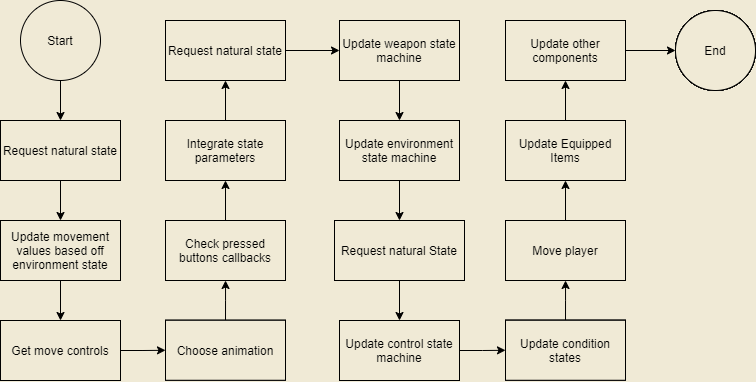
Before: assets/images/player_state_update_high_level.png, a diagram exported from draw.io (PhoenixAran/PhoenixAran.github.io). Source tidied: cells renumbered, new cells last; positions are measured from the earlier drawing's top-left corner, leaving out a move shared by most shapes.
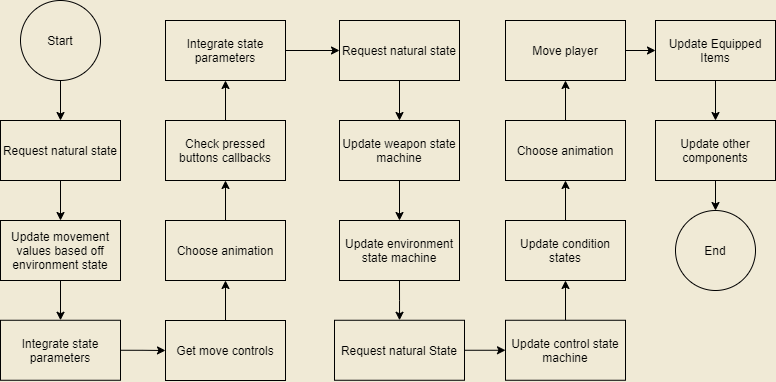
After the commit.

What changed in the source:
```diff
@@ -2,239 +2,121 @@
   <root>
     <mxCell id="0" />
     <mxCell id="1" parent="0" />
+    <mxCell id="3" style="edgeStyle=orthogonalEdgeStyle;rounded=0;jettySize=auto;html=1;exitX=0.5;exitY=1;exitDx=0;exitDy=0;entryX=0.5;entryY=0;entryDx=0;entryDy=0;" parent="1" edge="1" source="2" target="5">
+      <mxGeometry relative="1" as="geometry" />
+    </mxCell>
     <mxCell id="2" value="Start" style="ellipse;whiteSpace=wrap;html=1;fillColor=#F0EAD6;" parent="1" vertex="1">
       <mxGeometry x="20" width="80" height="80" as="geometry" />
     </mxCell>
-    <mxCell id="3" style="endArrow=classic;html=1;exitX=0.5;exitY=1;exitDx=0;exitDy=0;entryX=0.5;entryY=0;entryDx=0;entryDy=0;" parent="1" edge="1" source="2" target="5">
-      <mxGeometry relative="1" as="geometry" />
-    </mxCell>
-    <mxCell id="4" style="edgeStyle=orthogonalEdgeStyle;rounded=0;jettySize=auto;html=1;exitX=0.5;exitY=1;exitDx=0;exitDy=0;entryX=0.5;entryY=0;entryDx=0;entryDy=0;" parent="1" edge="1" source="5" target="9">
-      <mxGeometry relative="1" as="geometry" />
-    </mxCell>
+    <mxCell id="80" style="edgeStyle=orthogonalEdgeStyle;rounded=0;jettySize=auto;html=1;exitX=0.5;exitY=1;exitDx=0;exitDy=0;entryX=0.5;entryY=0;entryDx=0;entryDy=0;" parent="1" edge="1" source="5" target="63">
+      <mxGeometry relative="1" as="geometry" />
+    </mxCell>
     <mxCell id="5" value="Request natural state" style="rounded=0;whiteSpace=wrap;html=1;fillColor=#F0EAD6;" parent="1" vertex="1">
       <mxGeometry y="120" width="120" height="60" as="geometry" />
     </mxCell>
-    <mxCell id="6" style="edgeStyle=orthogonalEdgeStyle;rounded=0;jettySize=auto;html=1;exitX=1;exitY=0.5;exitDx=0;exitDy=0;" parent="1" edge="1" source="7" target="11">
-      <mxGeometry relative="1" as="geometry" />
-    </mxCell>
-    <mxCell id="7" value="Get move controls" style="rounded=0;whiteSpace=wrap;html=1;" parent="1" vertex="1">
-      <mxGeometry y="320" width="120" height="60" as="geometry" />
-    </mxCell>
-    <mxCell id="8" style="edgeStyle=orthogonalEdgeStyle;rounded=0;jettySize=auto;html=1;exitX=0.5;exitY=1;exitDx=0;exitDy=0;" parent="1" edge="1" source="9" target="7">
-      <mxGeometry relative="1" as="geometry" />
-    </mxCell>
     <mxCell id="9" value="Update movement values based off environment state" style="rounded=0;whiteSpace=wrap;html=1;" parent="1" vertex="1">
       <mxGeometry y="220" width="120" height="60" as="geometry" />
     </mxCell>
-    <mxCell id="10" style="edgeStyle=orthogonalEdgeStyle;rounded=0;jettySize=auto;html=1;exitX=0.5;exitY=0;exitDx=0;exitDy=0;" parent="1" edge="1" source="11" target="13">
-      <mxGeometry relative="1" as="geometry" />
-    </mxCell>
-    <mxCell id="11" value="Choose animation" style="rounded=0;whiteSpace=wrap;html=1;" parent="1" vertex="1">
-      <mxGeometry x="165" y="319.8" width="120" height="60" as="geometry" />
-    </mxCell>
-    <mxCell id="12" style="edgeStyle=orthogonalEdgeStyle;rounded=0;jettySize=auto;html=1;exitX=0.5;exitY=0;exitDx=0;exitDy=0;" parent="1" edge="1" source="13" target="15">
-      <mxGeometry relative="1" as="geometry" />
-    </mxCell>
-    <mxCell id="13" value="Check pressed buttons callbacks" style="rounded=0;whiteSpace=wrap;html=1;" parent="1" vertex="1">
-      <mxGeometry x="165" y="220" width="120" height="60" as="geometry" />
-    </mxCell>
-    <mxCell id="14" style="edgeStyle=orthogonalEdgeStyle;rounded=0;jettySize=auto;html=1;exitX=0.5;exitY=0;exitDx=0;exitDy=0;" parent="1" edge="1" source="15" target="17">
-      <mxGeometry relative="1" as="geometry" />
-    </mxCell>
-    <mxCell id="15" value="Integrate state parameters" style="rounded=0;whiteSpace=wrap;html=1;" parent="1" vertex="1">
-      <mxGeometry x="165" y="120" width="120" height="60" as="geometry" />
-    </mxCell>
-    <mxCell id="16" style="edgeStyle=orthogonalEdgeStyle;rounded=0;jettySize=auto;html=1;exitX=1;exitY=0.5;exitDx=0;exitDy=0;" parent="1" edge="1" source="17" target="19">
-      <mxGeometry relative="1" as="geometry" />
-    </mxCell>
-    <mxCell id="17" value="Request natural state" style="rounded=0;whiteSpace=wrap;html=1;" parent="1" vertex="1">
-      <mxGeometry x="165" y="20" width="120" height="60" as="geometry" />
-    </mxCell>
-    <mxCell id="18" style="edgeStyle=orthogonalEdgeStyle;rounded=0;jettySize=auto;html=1;exitX=0.5;exitY=1;exitDx=0;exitDy=0;" parent="1" edge="1" source="19" target="21">
-      <mxGeometry relative="1" as="geometry" />
-    </mxCell>
-    <mxCell id="19" value="Update weapon state machine" style="rounded=0;whiteSpace=wrap;html=1;" parent="1" vertex="1">
-      <mxGeometry x="339" y="20" width="120" height="60" as="geometry" />
-    </mxCell>
-    <mxCell id="20" style="edgeStyle=orthogonalEdgeStyle;rounded=0;jettySize=auto;html=1;exitX=0.5;exitY=1;exitDx=0;exitDy=0;" parent="1" edge="1" source="21" target="23">
-      <mxGeometry relative="1" as="geometry" />
-    </mxCell>
-    <mxCell id="21" value="Update environment state machine" style="rounded=0;whiteSpace=wrap;html=1;" parent="1" vertex="1">
-      <mxGeometry x="339" y="120" width="120" height="60" as="geometry" />
-    </mxCell>
-    <mxCell id="22" style="edgeStyle=orthogonalEdgeStyle;rounded=0;jettySize=auto;html=1;exitX=0.5;exitY=1;exitDx=0;exitDy=0;" parent="1" edge="1" source="23" target="25">
-      <mxGeometry relative="1" as="geometry" />
-    </mxCell>
-    <mxCell id="23" value="Request natural State" style="rounded=0;whiteSpace=wrap;html=1;" parent="1" vertex="1">
-      <mxGeometry x="334" y="220" width="130" height="60" as="geometry" />
-    </mxCell>
-    <mxCell id="24" style="edgeStyle=orthogonalEdgeStyle;rounded=0;jettySize=auto;html=1;exitX=1;exitY=0.5;exitDx=0;exitDy=0;" parent="1" edge="1" source="25" target="27">
-      <mxGeometry relative="1" as="geometry" />
-    </mxCell>
-    <mxCell id="25" value="Update control state machine" style="rounded=0;whiteSpace=wrap;html=1;" parent="1" vertex="1">
-      <mxGeometry x="339" y="320" width="120" height="60" as="geometry" />
-    </mxCell>
-    <mxCell id="26" style="edgeStyle=orthogonalEdgeStyle;rounded=0;jettySize=auto;html=1;exitX=0.5;exitY=0;exitDx=0;exitDy=0;" parent="1" edge="1" source="27" target="29">
-      <mxGeometry relative="1" as="geometry" />
-    </mxCell>
-    <mxCell id="27" value="Update condition states" style="rounded=0;whiteSpace=wrap;html=1;" parent="1" vertex="1">
-      <mxGeometry x="505" y="319.8" width="120" height="60" as="geometry" />
-    </mxCell>
-    <mxCell id="28" style="edgeStyle=orthogonalEdgeStyle;rounded=0;jettySize=auto;html=1;exitX=0.5;exitY=0;exitDx=0;exitDy=0;" parent="1" edge="1" source="29" target="31">
-      <mxGeometry relative="1" as="geometry" />
-    </mxCell>
-    <mxCell id="29" value="Move player" style="rounded=0;whiteSpace=wrap;html=1;" parent="1" vertex="1">
-      <mxGeometry x="505" y="220" width="120" height="60" as="geometry" />
-    </mxCell>
-    <mxCell id="30" style="edgeStyle=orthogonalEdgeStyle;rounded=0;jettySize=auto;html=1;exitX=0.5;exitY=0;exitDx=0;exitDy=0;" parent="1" edge="1" source="31" target="33">
-      <mxGeometry relative="1" as="geometry" />
-    </mxCell>
-    <mxCell id="31" value="Update Equipped Items" style="rounded=0;whiteSpace=wrap;html=1;" parent="1" vertex="1">
-      <mxGeometry x="505" y="120" width="120" height="60" as="geometry" />
-    </mxCell>
-    <mxCell id="32" style="edgeStyle=orthogonalEdgeStyle;rounded=0;jettySize=auto;html=1;exitX=1;exitY=0.5;exitDx=0;exitDy=0;" parent="1" edge="1" source="33" target="34">
-      <mxGeometry relative="1" as="geometry" />
-    </mxCell>
-    <mxCell id="33" value="Update other components" style="rounded=0;whiteSpace=wrap;html=1;" parent="1" vertex="1">
-      <mxGeometry x="505" y="20" width="120" height="60" as="geometry" />
-    </mxCell>
-    <mxCell id="34" value="End" style="ellipse;whiteSpace=wrap;html=1;" parent="1" vertex="1">
-      <mxGeometry x="675" y="10" width="80" height="80" as="geometry" />
-    </mxCell>
-    <mxCell id="35" value="Move player" style="rounded=0;whiteSpace=wrap;html=1;" parent="1" vertex="1">
-      <mxGeometry x="505" y="220" width="120" height="60" as="geometry" />
-    </mxCell>
-    <mxCell id="36" value="Update other components" style="rounded=0;whiteSpace=wrap;html=1;" parent="1" vertex="1">
-      <mxGeometry x="505" y="20" width="120" height="60" as="geometry" />
-    </mxCell>
-    <mxCell id="37" value="End" style="ellipse;whiteSpace=wrap;html=1;" parent="1" vertex="1">
-      <mxGeometry x="675" y="10" width="80" height="80" as="geometry" />
-    </mxCell>
-    <mxCell id="38" value="Update Equipped Items" style="rounded=0;whiteSpace=wrap;html=1;" parent="1" vertex="1">
-      <mxGeometry x="505" y="120" width="120" height="60" as="geometry" />
-    </mxCell>
-    <mxCell id="39" value="Move player" style="rounded=0;whiteSpace=wrap;html=1;" parent="1" vertex="1">
-      <mxGeometry x="505" y="220" width="120" height="60" as="geometry" />
-    </mxCell>
-    <mxCell id="40" value="Update other components" style="rounded=0;whiteSpace=wrap;html=1;" parent="1" vertex="1">
-      <mxGeometry x="505" y="20" width="120" height="60" as="geometry" />
-    </mxCell>
-    <mxCell id="41" value="End" style="ellipse;whiteSpace=wrap;html=1;" parent="1" vertex="1">
-      <mxGeometry x="675" y="10" width="80" height="80" as="geometry" />
-    </mxCell>
-    <mxCell id="42" value="Update Equipped Items" style="rounded=0;whiteSpace=wrap;html=1;" parent="1" vertex="1">
-      <mxGeometry x="505" y="120" width="120" height="60" as="geometry" />
-    </mxCell>
-    <mxCell id="43" value="Move player" style="rounded=0;whiteSpace=wrap;html=1;" parent="1" vertex="1">
-      <mxGeometry x="505" y="220" width="120" height="60" as="geometry" />
-    </mxCell>
-    <mxCell id="44" value="Update other components" style="rounded=0;whiteSpace=wrap;html=1;" parent="1" vertex="1">
-      <mxGeometry x="505" y="20" width="120" height="60" as="geometry" />
-    </mxCell>
-    <mxCell id="45" value="End" style="ellipse;whiteSpace=wrap;html=1;" parent="1" vertex="1">
-      <mxGeometry x="675" y="10" width="80" height="80" as="geometry" />
-    </mxCell>
-    <mxCell id="46" value="Update Equipped Items" style="rounded=0;whiteSpace=wrap;html=1;" parent="1" vertex="1">
-      <mxGeometry x="505" y="120" width="120" height="60" as="geometry" />
-    </mxCell>
-    <mxCell id="47" value="Request natural State" style="rounded=0;whiteSpace=wrap;html=1;" parent="1" vertex="1">
-      <mxGeometry x="334" y="220" width="130" height="60" as="geometry" />
-    </mxCell>
-    <mxCell id="48" value="Update condition states" style="rounded=0;whiteSpace=wrap;html=1;" parent="1" vertex="1">
-      <mxGeometry x="505" y="319.8" width="120" height="60" as="geometry" />
-    </mxCell>
-    <mxCell id="49" value="Move player" style="rounded=0;whiteSpace=wrap;html=1;" parent="1" vertex="1">
-      <mxGeometry x="505" y="220" width="120" height="60" as="geometry" />
-    </mxCell>
-    <mxCell id="50" value="Update other components" style="rounded=0;whiteSpace=wrap;html=1;" parent="1" vertex="1">
-      <mxGeometry x="505" y="20" width="120" height="60" as="geometry" />
-    </mxCell>
-    <mxCell id="51" value="End" style="ellipse;whiteSpace=wrap;html=1;" parent="1" vertex="1">
-      <mxGeometry x="675" y="10" width="80" height="80" as="geometry" />
-    </mxCell>
-    <mxCell id="52" value="Update Equipped Items" style="rounded=0;whiteSpace=wrap;html=1;" parent="1" vertex="1">
-      <mxGeometry x="505" y="120" width="120" height="60" as="geometry" />
-    </mxCell>
-    <mxCell id="53" value="Request natural State" style="rounded=0;whiteSpace=wrap;html=1;" parent="1" vertex="1">
-      <mxGeometry x="334" y="220" width="130" height="60" as="geometry" />
-    </mxCell>
-    <mxCell id="54" value="Update condition states" style="rounded=0;whiteSpace=wrap;html=1;" parent="1" vertex="1">
-      <mxGeometry x="505" y="319.8" width="120" height="60" as="geometry" />
-    </mxCell>
-    <mxCell id="55" value="Update control state machine" style="rounded=0;whiteSpace=wrap;html=1;" parent="1" vertex="1">
-      <mxGeometry x="339" y="320" width="120" height="60" as="geometry" />
-    </mxCell>
-    <mxCell id="56" value="Update environment state machine" style="rounded=0;whiteSpace=wrap;html=1;" parent="1" vertex="1">
-      <mxGeometry x="339" y="120" width="120" height="60" as="geometry" />
-    </mxCell>
-    <mxCell id="57" value="Update weapon state machine" style="rounded=0;whiteSpace=wrap;html=1;" parent="1" vertex="1">
-      <mxGeometry x="339" y="20" width="120" height="60" as="geometry" />
-    </mxCell>
+    <mxCell id="81" style="edgeStyle=orthogonalEdgeStyle;rounded=0;jettySize=auto;html=1;exitX=0.5;exitY=1;exitDx=0;exitDy=0;" parent="1" edge="1" source="58" target="72">
+      <mxGeometry relative="1" as="geometry" />
+    </mxCell>
     <mxCell id="58" value="Request natural state" style="rounded=0;whiteSpace=wrap;html=1;fillColor=#F0EAD6;" parent="1" vertex="1">
-      <mxGeometry x="165" y="20" width="120" height="60" as="geometry" />
+      <mxGeometry x="339" y="20" width="120" height="60" as="geometry" />
     </mxCell>
+    <mxCell id="82" style="edgeStyle=orthogonalEdgeStyle;rounded=0;jettySize=auto;html=1;exitX=1;exitY=0.5;exitDx=0;exitDy=0;entryX=0;entryY=0.5;entryDx=0;entryDy=0;" parent="1" edge="1" source="59" target="58">
+      <mxGeometry relative="1" as="geometry" />
+    </mxCell>
     <mxCell id="59" value="Integrate state parameters" style="rounded=0;whiteSpace=wrap;html=1;fillColor=#F0EAD6;" parent="1" vertex="1">
-      <mxGeometry x="165" y="120" width="120" height="60" as="geometry" />
+      <mxGeometry x="165" y="20" width="120" height="60" as="geometry" />
     </mxCell>
-    <mxCell id="60" value="Check pressed buttons callbacks" style="rounded=0;whiteSpace=wrap;html=1;" parent="1" vertex="1">
-      <mxGeometry x="165" y="220" width="120" height="60" as="geometry" />
-    </mxCell>
-    <mxCell id="61" value="Choose animation" style="rounded=0;whiteSpace=wrap;html=1;" parent="1" vertex="1">
-      <mxGeometry x="165" y="319.8" width="120" height="60" as="geometry" />
-    </mxCell>
+    <mxCell id="83" style="edgeStyle=orthogonalEdgeStyle;rounded=0;jettySize=auto;html=1;exitX=0.5;exitY=0;exitDx=0;exitDy=0;entryX=0.5;entryY=1;entryDx=0;entryDy=0;" parent="1" edge="1" source="62" target="78">
+      <mxGeometry relative="1" as="geometry" />
+    </mxCell>
     <mxCell id="62" value="Get move controls" style="rounded=0;whiteSpace=wrap;html=1;fillColor=#F0EAD6;" parent="1" vertex="1">
-      <mxGeometry y="320" width="120" height="60" as="geometry" />
+      <mxGeometry x="165" y="320" width="120" height="60" as="geometry" />
     </mxCell>
+    <mxCell id="84" style="edgeStyle=orthogonalEdgeStyle;rounded=0;jettySize=auto;html=1;exitX=0.5;exitY=1;exitDx=0;exitDy=0;entryX=0.5;entryY=0;entryDx=0;entryDy=0;" parent="1" edge="1" source="63" target="15">
+      <mxGeometry relative="1" as="geometry" />
+    </mxCell>
     <mxCell id="63" value="Update movement values based off environment state" style="rounded=0;whiteSpace=wrap;html=1;fillColor=#F0EAD6;" parent="1" vertex="1">
       <mxGeometry y="220" width="120" height="60" as="geometry" />
     </mxCell>
-    <mxCell id="64" value="Update Equipped Items" style="rounded=0;whiteSpace=wrap;html=1;" parent="1" vertex="1">
-      <mxGeometry x="505" y="120" width="120" height="60" as="geometry" />
-    </mxCell>
-    <mxCell id="65" value="End" style="ellipse;whiteSpace=wrap;html=1;" parent="1" vertex="1">
-      <mxGeometry x="675" y="10" width="80" height="80" as="geometry" />
-    </mxCell>
-    <mxCell id="66" value="Update other components" style="rounded=0;whiteSpace=wrap;html=1;" parent="1" vertex="1">
-      <mxGeometry x="505" y="20" width="120" height="60" as="geometry" />
-    </mxCell>
-    <mxCell id="67" value="Update weapon state machine" style="rounded=0;whiteSpace=wrap;html=1;" parent="1" vertex="1">
-      <mxGeometry x="339" y="20" width="120" height="60" as="geometry" />
-    </mxCell>
-    <mxCell id="68" value="Update environment state machine" style="rounded=0;whiteSpace=wrap;html=1;" parent="1" vertex="1">
-      <mxGeometry x="339" y="120" width="120" height="60" as="geometry" />
-    </mxCell>
+    <mxCell id="85" style="edgeStyle=orthogonalEdgeStyle;rounded=0;jettySize=auto;html=1;exitX=0.5;exitY=1;exitDx=0;exitDy=0;entryX=0.5;entryY=0;entryDx=0;entryDy=0;" parent="1" edge="1" source="69" target="71">
+      <mxGeometry relative="1" as="geometry" />
+    </mxCell>
     <mxCell id="69" value="Update Equipped Items" style="rounded=0;whiteSpace=wrap;html=1;fillColor=#F0EAD6;" parent="1" vertex="1">
-      <mxGeometry x="505" y="120" width="120" height="60" as="geometry" />
+      <mxGeometry x="655" y="20" width="120" height="60" as="geometry" />
     </mxCell>
     <mxCell id="70" value="End" style="ellipse;whiteSpace=wrap;html=1;fillColor=#F0EAD6;" parent="1" vertex="1">
-      <mxGeometry x="675" y="10" width="80" height="80" as="geometry" />
+      <mxGeometry x="675" y="210" width="80" height="80" as="geometry" />
     </mxCell>
+    <mxCell id="86" style="edgeStyle=orthogonalEdgeStyle;rounded=0;jettySize=auto;html=1;exitX=0.5;exitY=1;exitDx=0;exitDy=0;entryX=0.5;entryY=0;entryDx=0;entryDy=0;" parent="1" edge="1" source="71" target="70">
+      <mxGeometry relative="1" as="geometry" />
+    </mxCell>
     <mxCell id="71" value="Update other components" style="rounded=0;whiteSpace=wrap;html=1;fillColor=#F0EAD6;" parent="1" vertex="1">
-      <mxGeometry x="505" y="20" width="120" height="60" as="geometry" />
+      <mxGeometry x="655" y="120" width="120" height="60" as="geometry" />
     </mxCell>
+    <mxCell id="87" style="edgeStyle=orthogonalEdgeStyle;rounded=0;jettySize=auto;html=1;exitX=0.5;exitY=1;exitDx=0;exitDy=0;entryX=0.5;entryY=0;entryDx=0;entryDy=0;" parent="1" edge="1" source="72" target="73">
+      <mxGeometry relative="1" as="geometry" />
+    </mxCell>
     <mxCell id="72" value="Update weapon state machine" style="rounded=0;whiteSpace=wrap;html=1;fillColor=#F0EAD6;" parent="1" vertex="1">
-      <mxGeometry x="339" y="20" width="120" height="60" as="geometry" />
+      <mxGeometry x="339" y="120" width="120" height="60" as="geometry" />
     </mxCell>
+    <mxCell id="88" style="edgeStyle=orthogonalEdgeStyle;rounded=0;jettySize=auto;html=1;exitX=0.5;exitY=1;exitDx=0;exitDy=0;" parent="1" edge="1" source="73" target="75">
+      <mxGeometry relative="1" as="geometry" />
+    </mxCell>
     <mxCell id="73" value="Update environment state machine" style="rounded=0;whiteSpace=wrap;html=1;fillColor=#F0EAD6;" parent="1" vertex="1">
-      <mxGeometry x="339" y="120" width="120" height="60" as="geometry" />
+      <mxGeometry x="339" y="220" width="120" height="60" as="geometry" />
     </mxCell>
+    <mxCell id="89" style="edgeStyle=orthogonalEdgeStyle;rounded=0;jettySize=auto;html=1;exitX=1;exitY=0.5;exitDx=0;exitDy=0;entryX=0;entryY=0.5;entryDx=0;entryDy=0;" parent="1" edge="1" source="74" target="69">
+      <mxGeometry relative="1" as="geometry" />
+    </mxCell>
     <mxCell id="74" value="Move player" style="rounded=0;whiteSpace=wrap;html=1;fillColor=#F0EAD6;" parent="1" vertex="1">
-      <mxGeometry x="505" y="220" width="120" height="60" as="geometry" />
+      <mxGeometry x="505" y="20" width="120" height="60" as="geometry" />
     </mxCell>
+    <mxCell id="90" style="edgeStyle=orthogonalEdgeStyle;rounded=0;jettySize=auto;html=1;exitX=1;exitY=0.5;exitDx=0;exitDy=0;entryX=0;entryY=0.5;entryDx=0;entryDy=0;" parent="1" edge="1" source="75" target="77">
+      <mxGeometry relative="1" as="geometry" />
+    </mxCell>
     <mxCell id="75" value="Request natural State" style="rounded=0;whiteSpace=wrap;html=1;fillColor=#F0EAD6;" parent="1" vertex="1">
-      <mxGeometry x="334" y="220" width="130" height="60" as="geometry" />
+      <mxGeometry x="334" y="319.8" width="130" height="60" as="geometry" />
     </mxCell>
+    <mxCell id="91" style="edgeStyle=orthogonalEdgeStyle;rounded=0;jettySize=auto;html=1;exitX=0.5;exitY=0;exitDx=0;exitDy=0;entryX=0.5;entryY=1;entryDx=0;entryDy=0;" parent="1" edge="1" source="76" target="97">
+      <mxGeometry relative="1" as="geometry" />
+    </mxCell>
     <mxCell id="76" value="Update condition states" style="rounded=0;whiteSpace=wrap;html=1;fillColor=#F0EAD6;" parent="1" vertex="1">
-      <mxGeometry x="505" y="319.8" width="120" height="60" as="geometry" />
+      <mxGeometry x="505" y="220" width="120" height="60" as="geometry" />
     </mxCell>
+    <mxCell id="92" style="edgeStyle=orthogonalEdgeStyle;rounded=0;jettySize=auto;html=1;exitX=0.5;exitY=0;exitDx=0;exitDy=0;" parent="1" edge="1" source="77">
+      <mxGeometry relative="1" as="geometry">
+        <mxPoint x="565" y="280" as="targetPoint" />
+      </mxGeometry>
+    </mxCell>
     <mxCell id="77" value="Update control state machine" style="rounded=0;whiteSpace=wrap;html=1;fillColor=#F0EAD6;" parent="1" vertex="1">
-      <mxGeometry x="339" y="320" width="120" height="60" as="geometry" />
+      <mxGeometry x="505" y="319.8" width="120" height="60" as="geometry" />
     </mxCell>
+    <mxCell id="93" style="edgeStyle=orthogonalEdgeStyle;rounded=0;jettySize=auto;html=1;exitX=0.5;exitY=0;exitDx=0;exitDy=0;entryX=0.5;entryY=1;entryDx=0;entryDy=0;" parent="1" edge="1" source="78" target="79">
+      <mxGeometry relative="1" as="geometry" />
+    </mxCell>
     <mxCell id="78" value="Choose animation" style="rounded=0;whiteSpace=wrap;html=1;fillColor=#F0EAD6;" parent="1" vertex="1">
-      <mxGeometry x="165" y="319.8" width="120" height="60" as="geometry" />
+      <mxGeometry x="165" y="220" width="120" height="60" as="geometry" />
     </mxCell>
+    <mxCell id="94" style="edgeStyle=orthogonalEdgeStyle;rounded=0;jettySize=auto;html=1;exitX=0.5;exitY=0;exitDx=0;exitDy=0;entryX=0.5;entryY=1;entryDx=0;entryDy=0;" parent="1" edge="1" source="79" target="59">
+      <mxGeometry relative="1" as="geometry" />
+    </mxCell>
     <mxCell id="79" value="Check pressed buttons callbacks" style="rounded=0;whiteSpace=wrap;html=1;fillColor=#F0EAD6;" parent="1" vertex="1">
-      <mxGeometry x="165" y="220" width="120" height="60" as="geometry" />
+      <mxGeometry x="165" y="120" width="120" height="60" as="geometry" />
     </mxCell>
+    <mxCell id="95" style="edgeStyle=orthogonalEdgeStyle;rounded=0;jettySize=auto;html=1;exitX=1;exitY=0.5;exitDx=0;exitDy=0;entryX=0;entryY=0.5;entryDx=0;entryDy=0;" parent="1" edge="1" source="15" target="62">
+      <mxGeometry relative="1" as="geometry" />
+    </mxCell>
+    <mxCell id="15" value="Integrate state parameters" style="rounded=0;whiteSpace=wrap;html=1;fillColor=#F0EAD6;" parent="1" vertex="1">
+      <mxGeometry y="319.8" width="120" height="60" as="geometry" />
+    </mxCell>
+    <mxCell id="96" style="edgeStyle=orthogonalEdgeStyle;rounded=0;jettySize=auto;html=1;exitX=0.5;exitY=0;exitDx=0;exitDy=0;entryX=0.5;entryY=1;entryDx=0;entryDy=0;" parent="1" edge="1" source="97" target="74">
+      <mxGeometry relative="1" as="geometry" />
+    </mxCell>
+    <mxCell id="97" value="Choose animation" style="rounded=0;whiteSpace=wrap;html=1;fillColor=#F0EAD6;" parent="1" vertex="1">
+      <mxGeometry x="505" y="120" width="120" height="60" as="geometry" />
+    </mxCell>
   </root>
 </mxGraphModel>
```
